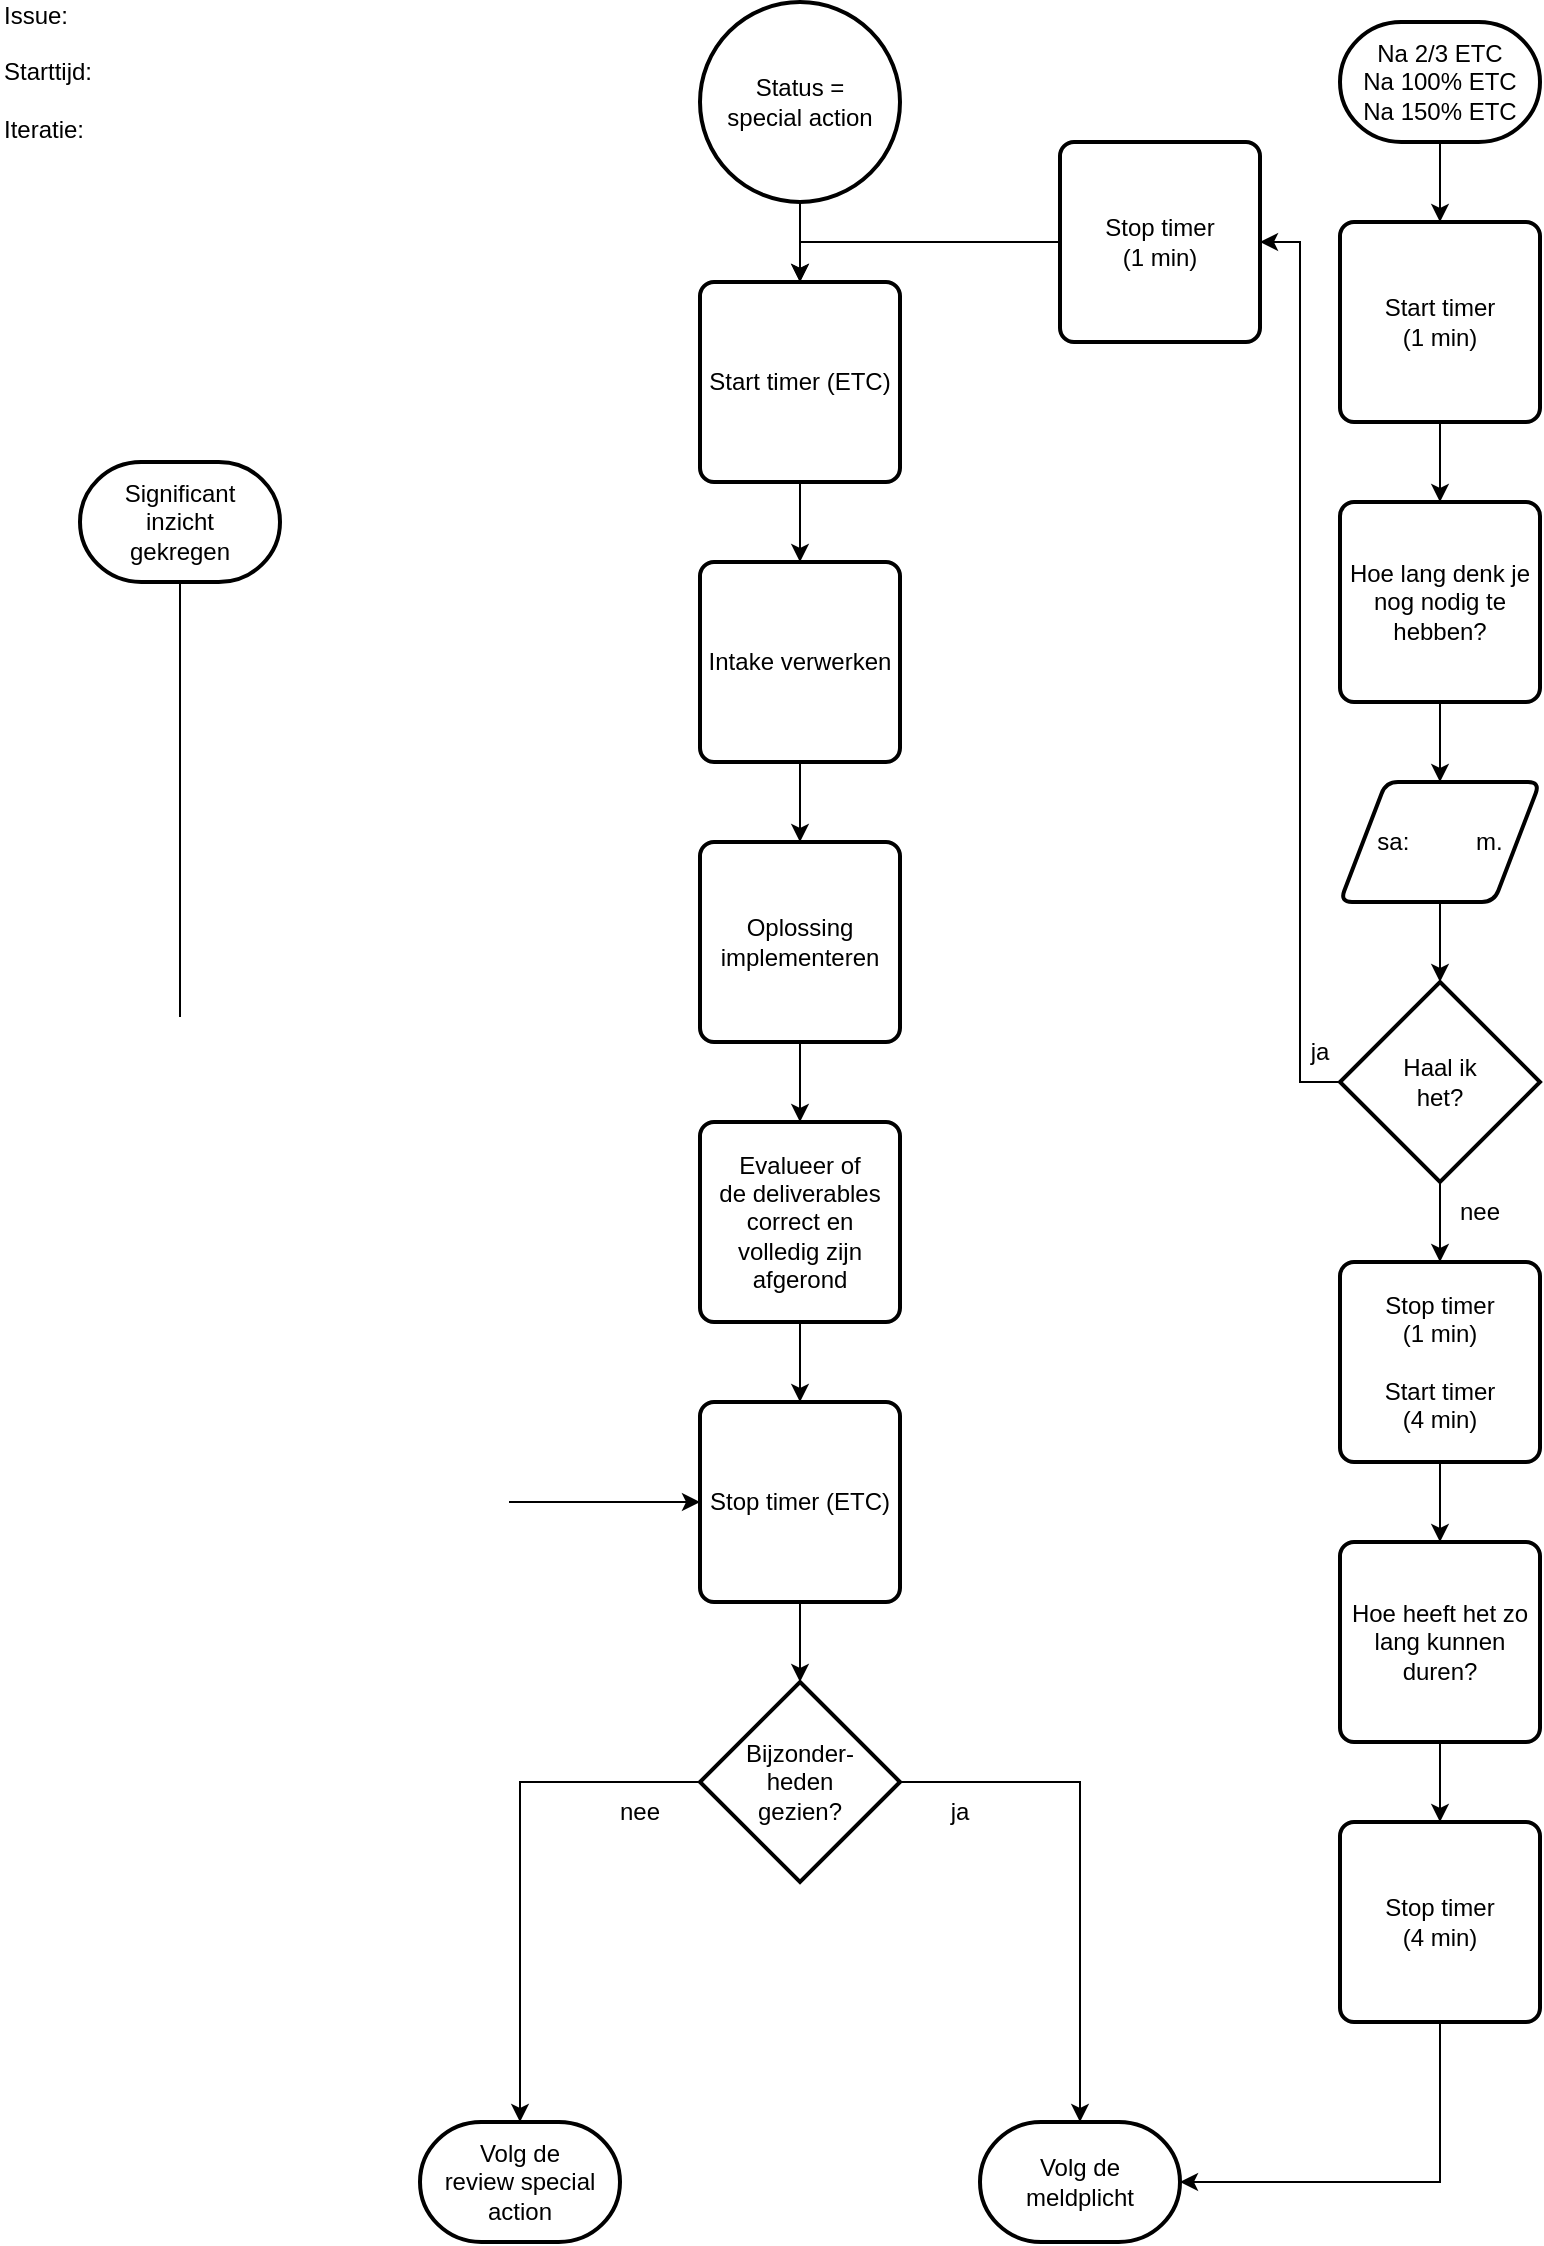
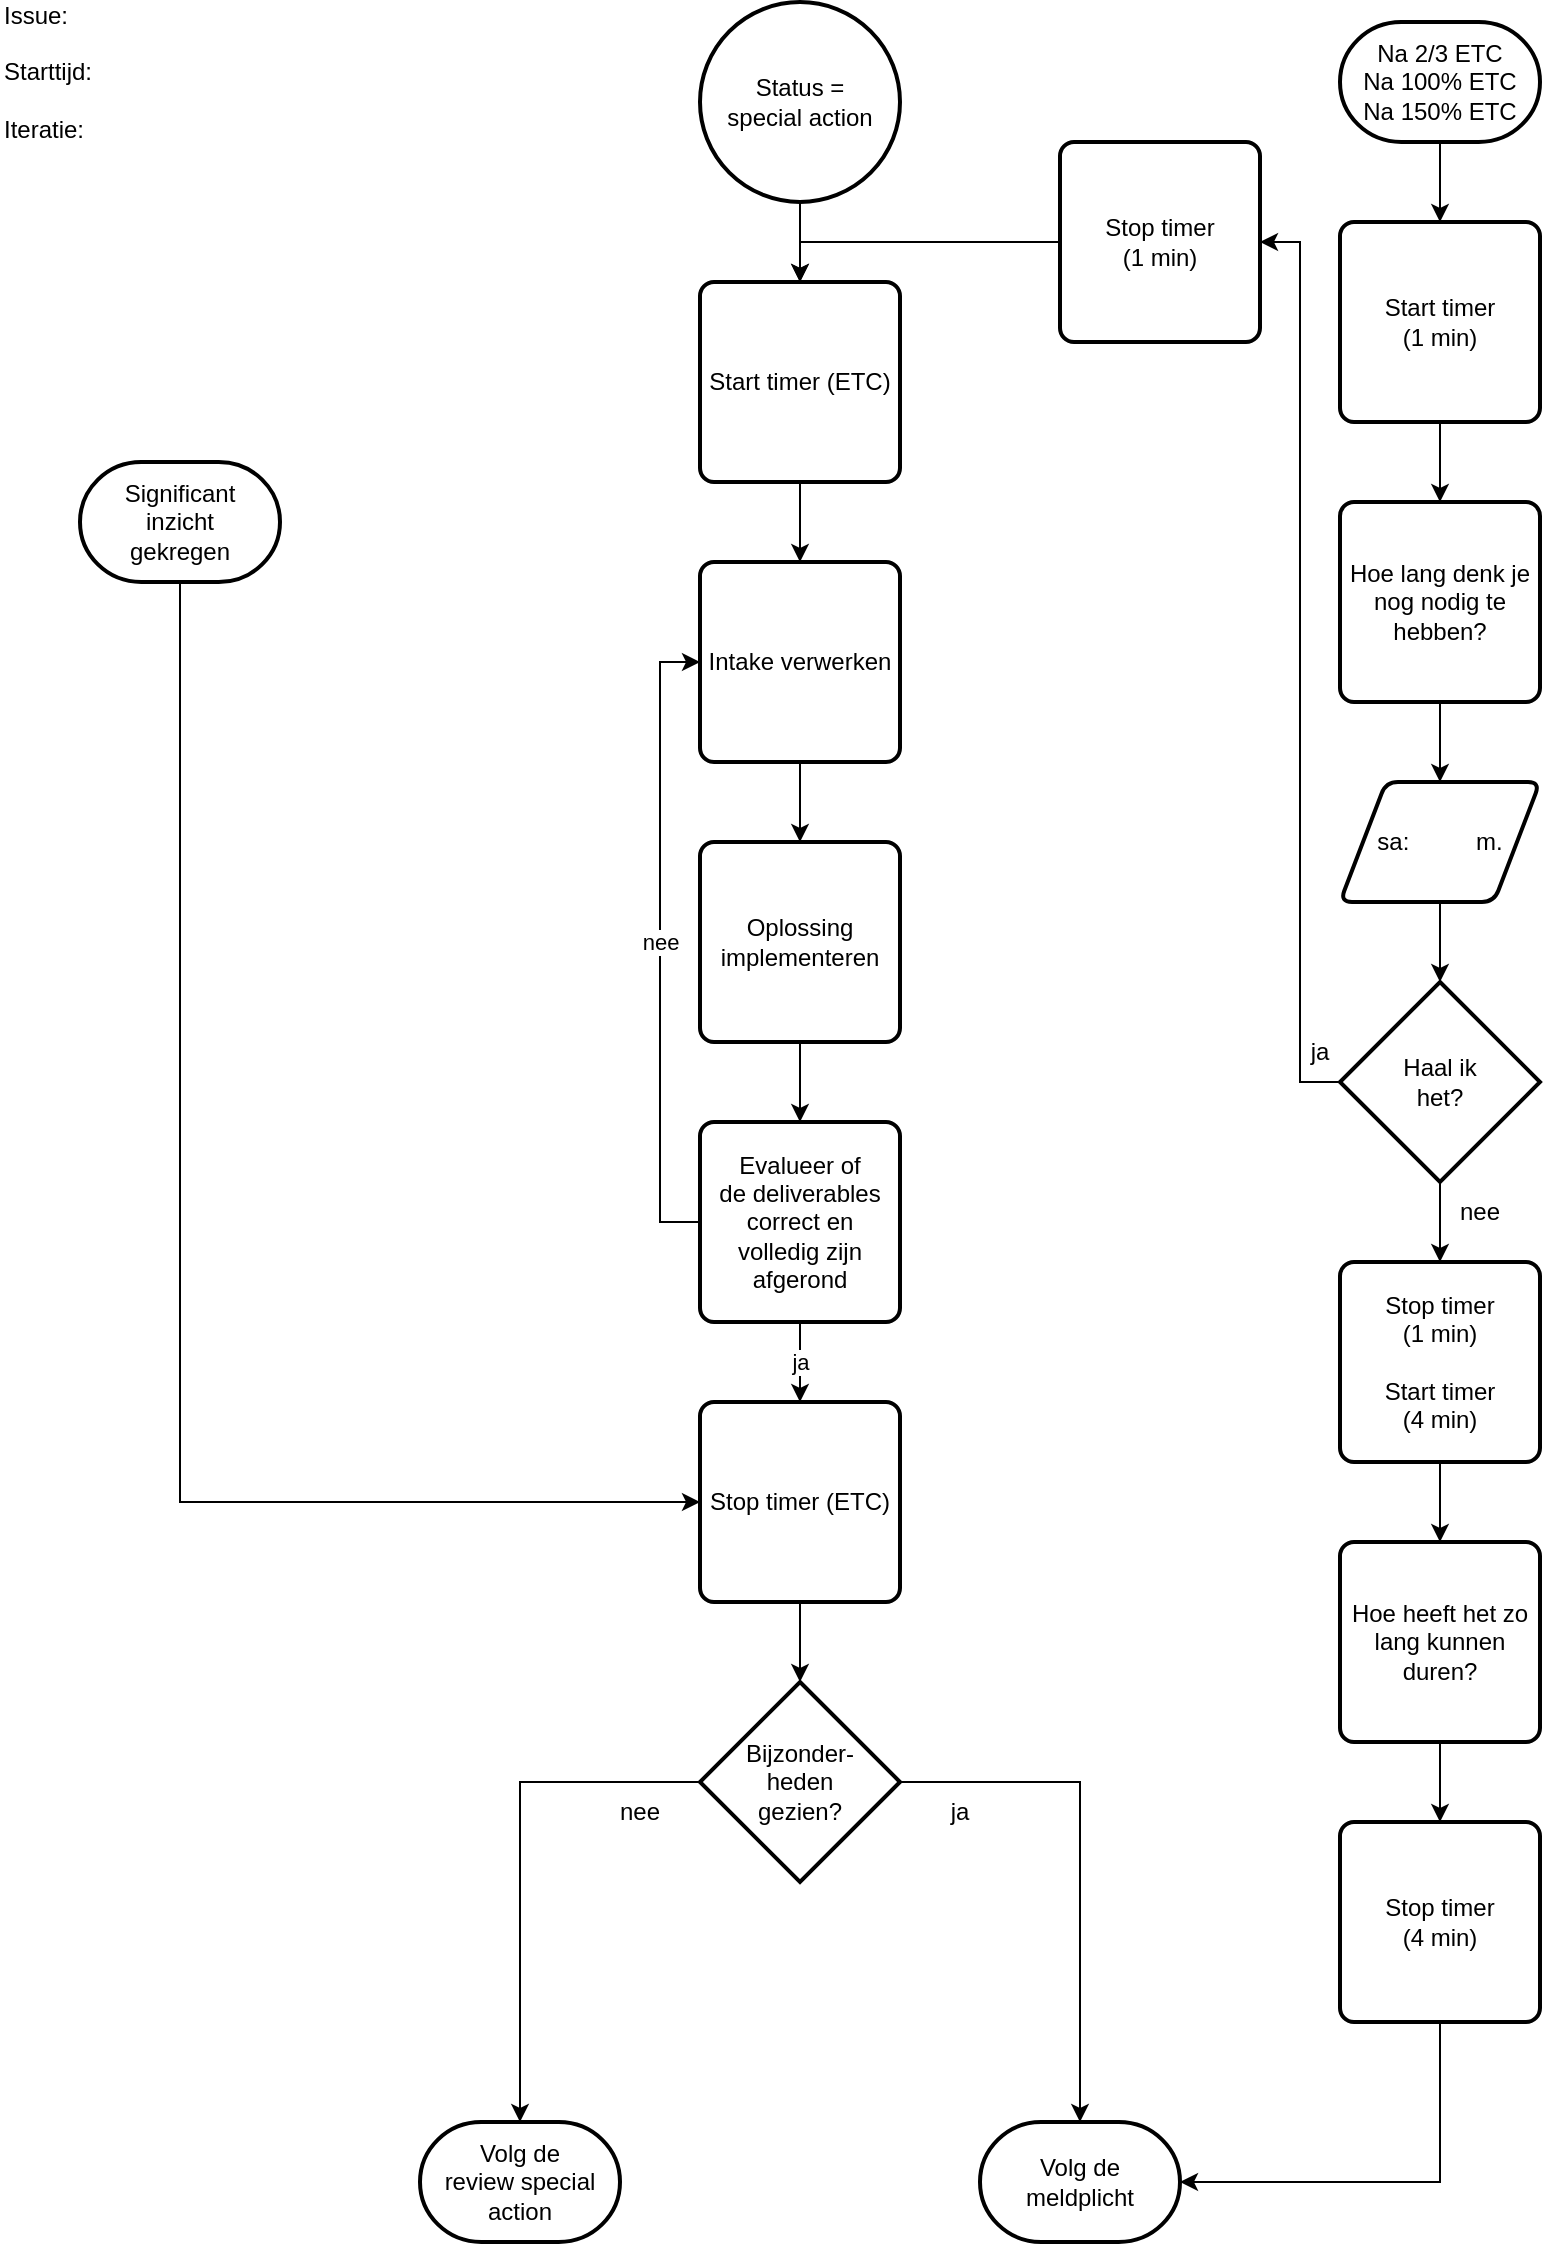
<mxfile host="Electron" agent="Mozilla/5.0 (Windows NT 10.0; Win64; x64) AppleWebKit/537.36 (KHTML, like Gecko) Chrome/144.0.0.0 Safari/537.36">
  <diagram id="07OOntIJGdpVT2ztIRAI" name="Page-1">
    <mxGraphModel dx="842" dy="1745" grid="1" gridSize="10" guides="1" tooltips="1" connect="1" arrows="1" fold="1" page="1" pageScale="1" pageWidth="827" pageHeight="1169" math="0" shadow="0">
      <root>
        <mxCell id="0" />
        <mxCell id="1" parent="0" />
        <mxCell id="XW0wcN74f80sgvNGL5Xo-1" edge="1" parent="1" source="XW0wcN74f80sgvNGL5Xo-2" style="edgeStyle=orthogonalEdgeStyle;rounded=0;orthogonalLoop=1;jettySize=auto;html=1;" target="XW0wcN74f80sgvNGL5Xo-35" value="">
          <mxGeometry relative="1" as="geometry" />
        </mxCell>
        <object label="Status =&lt;br&gt;special action" Action="1101" id="XW0wcN74f80sgvNGL5Xo-2">
          <mxCell parent="1" style="strokeWidth=2;html=1;shape=mxgraph.flowchart.start_2;whiteSpace=wrap;" vertex="1">
            <mxGeometry height="100" width="100" x="370" y="-1150" as="geometry" />
          </mxCell>
        </object>
-         <mxCell id="XW0wcN74f80sgvNGL5Xo-3" edge="1" parent="1" source="XW0wcN74f80sgvNGL5Xo-4" style="edgeStyle=orthogonalEdgeStyle;rounded=0;orthogonalLoop=1;jettySize=auto;html=1;" target="XW0wcN74f80sgvNGL5Xo-37" value="">
+         <mxCell id="XW0wcN74f80sgvNGL5Xo-3" edge="1" parent="1" source="XW0wcN74f80sgvNGL5Xo-4" style="edgeStyle=orthogonalEdgeStyle;rounded=0;orthogonalLoop=1;jettySize=auto;html=1;" target="XW0wcN74f80sgvNGL5Xo-37" value="ja">
+           <mxGeometry relative="1" as="geometry" />
+         </mxCell>
+         <mxCell id="XW0wcN74f80sgvNGL5Xo-4_nee" edge="1" parent="1" source="XW0wcN74f80sgvNGL5Xo-4" style="edgeStyle=orthogonalEdgeStyle;rounded=0;orthogonalLoop=1;jettySize=auto;html=1;exitX=0;exitY=0.5;exitDx=0;exitDy=0;entryX=0;entryY=0.5;entryDx=0;entryDy=0;" target="XW0wcN74f80sgvNGL5Xo-28" value="nee">
          <mxGeometry relative="1" as="geometry" />
        </mxCell>
        <object label="Evalueer of&lt;br&gt;de deliverables&lt;br&gt;correct en&lt;br&gt;volledig zijn&lt;br&gt;afgerond" Action="1105" id="XW0wcN74f80sgvNGL5Xo-4">
          <mxCell parent="1" style="rounded=1;whiteSpace=wrap;html=1;absoluteArcSize=1;arcSize=14;strokeWidth=2;" vertex="1">
            <mxGeometry height="100" width="100" x="370" y="-590" as="geometry" />
          </mxCell>
        </object>
        <object label="Volg de&lt;br&gt;review special action" Action="1107F" id="XW0wcN74f80sgvNGL5Xo-5">
          <mxCell parent="1" style="strokeWidth=2;html=1;shape=mxgraph.flowchart.terminator;whiteSpace=wrap;" vertex="1">
            <mxGeometry height="60" width="100" x="230" y="-90" as="geometry" />
          </mxCell>
        </object>
        <mxCell id="XW0wcN74f80sgvNGL5Xo-6" edge="1" parent="1" source="XW0wcN74f80sgvNGL5Xo-7" style="edgeStyle=orthogonalEdgeStyle;rounded=0;orthogonalLoop=1;jettySize=auto;html=1;exitX=0.5;exitY=1;exitDx=0;exitDy=0;exitPerimeter=0;entryX=0;entryY=0.5;entryDx=0;entryDy=0;" target="XW0wcN74f80sgvNGL5Xo-37">
          <mxGeometry relative="1" as="geometry" />
        </mxCell>
        <object label="Significant&lt;br&gt;inzicht&lt;br&gt;gekregen" Action="1115" id="XW0wcN74f80sgvNGL5Xo-7">
          <mxCell parent="1" style="strokeWidth=2;html=1;shape=mxgraph.flowchart.terminator;whiteSpace=wrap;" vertex="1">
            <mxGeometry height="60" width="100" x="60" y="-920" as="geometry" />
          </mxCell>
        </object>
        <mxCell id="XW0wcN74f80sgvNGL5Xo-8" edge="1" parent="1" source="XW0wcN74f80sgvNGL5Xo-9" style="edgeStyle=orthogonalEdgeStyle;rounded=0;orthogonalLoop=1;jettySize=auto;html=1;" target="XW0wcN74f80sgvNGL5Xo-11" value="">
          <mxGeometry relative="1" as="geometry" />
        </mxCell>
        <object label="Na 2/3 ETC&lt;br&gt;Na 100% ETC&lt;br&gt;Na 150% ETC" Action="1108" id="XW0wcN74f80sgvNGL5Xo-9">
          <mxCell parent="1" style="strokeWidth=2;html=1;shape=mxgraph.flowchart.terminator;whiteSpace=wrap;" vertex="1">
            <mxGeometry height="60" width="100" x="690" y="-1140" as="geometry" />
          </mxCell>
        </object>
        <mxCell id="XW0wcN74f80sgvNGL5Xo-10" edge="1" parent="1" source="XW0wcN74f80sgvNGL5Xo-11" style="edgeStyle=orthogonalEdgeStyle;rounded=0;orthogonalLoop=1;jettySize=auto;html=1;" target="XW0wcN74f80sgvNGL5Xo-13" value="">
          <mxGeometry relative="1" as="geometry" />
        </mxCell>
        <object label="Start timer&lt;br&gt;(1 min)" Action="1109" id="XW0wcN74f80sgvNGL5Xo-11">
          <mxCell parent="1" style="rounded=1;whiteSpace=wrap;html=1;absoluteArcSize=1;arcSize=14;strokeWidth=2;" vertex="1">
            <mxGeometry height="100" width="100" x="690" y="-1040" as="geometry" />
          </mxCell>
        </object>
        <mxCell id="XW0wcN74f80sgvNGL5Xo-12" edge="1" parent="1" source="XW0wcN74f80sgvNGL5Xo-13" style="edgeStyle=orthogonalEdgeStyle;rounded=0;orthogonalLoop=1;jettySize=auto;html=1;" target="XW0wcN74f80sgvNGL5Xo-30" value="">
          <mxGeometry relative="1" as="geometry" />
        </mxCell>
        <object label="Hoe lang denk je nog nodig te hebben?" Action="1110" id="XW0wcN74f80sgvNGL5Xo-13">
          <mxCell parent="1" style="rounded=1;whiteSpace=wrap;html=1;absoluteArcSize=1;arcSize=14;strokeWidth=2;" vertex="1">
            <mxGeometry height="100" width="100" x="690" y="-900" as="geometry" />
          </mxCell>
        </object>
        <mxCell id="XW0wcN74f80sgvNGL5Xo-14" edge="1" parent="1" source="XW0wcN74f80sgvNGL5Xo-16" style="edgeStyle=orthogonalEdgeStyle;rounded=0;orthogonalLoop=1;jettySize=auto;html=1;exitX=0;exitY=0.5;exitDx=0;exitDy=0;exitPerimeter=0;entryX=1;entryY=0.5;entryDx=0;entryDy=0;" target="XW0wcN74f80sgvNGL5Xo-18">
          <mxGeometry relative="1" as="geometry" />
        </mxCell>
        <mxCell id="XW0wcN74f80sgvNGL5Xo-15" edge="1" parent="1" source="XW0wcN74f80sgvNGL5Xo-16" style="edgeStyle=orthogonalEdgeStyle;rounded=0;orthogonalLoop=1;jettySize=auto;html=1;exitX=0.5;exitY=1;exitDx=0;exitDy=0;exitPerimeter=0;entryX=0.5;entryY=0;entryDx=0;entryDy=0;" target="XW0wcN74f80sgvNGL5Xo-22">
          <mxGeometry relative="1" as="geometry" />
        </mxCell>
        <object label="Haal ik&lt;br&gt;het?" Action="1112" id="XW0wcN74f80sgvNGL5Xo-16">
          <mxCell parent="1" style="strokeWidth=2;html=1;shape=mxgraph.flowchart.decision;whiteSpace=wrap;" vertex="1">
            <mxGeometry height="100" width="100" x="690" y="-660" as="geometry" />
          </mxCell>
        </object>
        <mxCell id="XW0wcN74f80sgvNGL5Xo-17" edge="1" parent="1" source="XW0wcN74f80sgvNGL5Xo-18" style="edgeStyle=orthogonalEdgeStyle;rounded=0;orthogonalLoop=1;jettySize=auto;html=1;exitX=0;exitY=0.5;exitDx=0;exitDy=0;entryX=0.5;entryY=0;entryDx=0;entryDy=0;" target="XW0wcN74f80sgvNGL5Xo-35">
          <mxGeometry relative="1" as="geometry" />
        </mxCell>
        <object label="Stop timer&lt;br&gt;(1 min)" Action="1112T" id="XW0wcN74f80sgvNGL5Xo-18">
          <mxCell parent="1" style="rounded=1;whiteSpace=wrap;html=1;absoluteArcSize=1;arcSize=14;strokeWidth=2;" vertex="1">
            <mxGeometry height="100" width="100" x="550" y="-1080" as="geometry" />
          </mxCell>
        </object>
        <mxCell id="XW0wcN74f80sgvNGL5Xo-19" parent="1" style="text;html=1;whiteSpace=wrap;strokeColor=none;fillColor=none;align=center;verticalAlign=middle;rounded=0;" value="ja" vertex="1">
          <mxGeometry height="30" width="60" x="650" y="-640" as="geometry" />
        </mxCell>
        <mxCell id="XW0wcN74f80sgvNGL5Xo-20" parent="1" style="text;html=1;whiteSpace=wrap;strokeColor=none;fillColor=none;align=center;verticalAlign=middle;rounded=0;" value="nee" vertex="1">
          <mxGeometry height="30" width="60" x="730" y="-560" as="geometry" />
        </mxCell>
        <mxCell id="XW0wcN74f80sgvNGL5Xo-21" edge="1" parent="1" source="XW0wcN74f80sgvNGL5Xo-22" style="edgeStyle=orthogonalEdgeStyle;rounded=0;orthogonalLoop=1;jettySize=auto;html=1;" target="XW0wcN74f80sgvNGL5Xo-24" value="">
          <mxGeometry relative="1" as="geometry" />
        </mxCell>
        <object label="Stop timer&lt;br&gt;(1 min)&lt;br&gt;&lt;br&gt;Start timer&lt;br&gt;(4 min)" Action="1112F" id="XW0wcN74f80sgvNGL5Xo-22">
          <mxCell parent="1" style="rounded=1;whiteSpace=wrap;html=1;absoluteArcSize=1;arcSize=14;strokeWidth=2;" vertex="1">
            <mxGeometry height="100" width="100" x="690" y="-520" as="geometry" />
          </mxCell>
        </object>
        <mxCell id="XW0wcN74f80sgvNGL5Xo-23" edge="1" parent="1" source="XW0wcN74f80sgvNGL5Xo-24" style="edgeStyle=orthogonalEdgeStyle;rounded=0;orthogonalLoop=1;jettySize=auto;html=1;" target="XW0wcN74f80sgvNGL5Xo-32" value="">
          <mxGeometry relative="1" as="geometry" />
        </mxCell>
        <object label="Hoe heeft het zo lang kunnen duren?" Action="1113" id="XW0wcN74f80sgvNGL5Xo-24">
          <mxCell parent="1" style="rounded=1;whiteSpace=wrap;html=1;absoluteArcSize=1;arcSize=14;strokeWidth=2;" vertex="1">
            <mxGeometry height="100" width="100" x="690" y="-380" as="geometry" />
          </mxCell>
        </object>
        <mxCell id="XW0wcN74f80sgvNGL5Xo-25" edge="1" parent="1" source="XW0wcN74f80sgvNGL5Xo-26" style="edgeStyle=orthogonalEdgeStyle;rounded=0;orthogonalLoop=1;jettySize=auto;html=1;exitX=0.5;exitY=1;exitDx=0;exitDy=0;entryX=0.5;entryY=0;entryDx=0;entryDy=0;" target="XW0wcN74f80sgvNGL5Xo-4">
          <mxGeometry relative="1" as="geometry" />
        </mxCell>
        <object label="Oplossing implementeren" Action="1104" id="XW0wcN74f80sgvNGL5Xo-26">
          <mxCell parent="1" style="rounded=1;whiteSpace=wrap;html=1;absoluteArcSize=1;arcSize=14;strokeWidth=2;" vertex="1">
            <mxGeometry height="100" width="100" x="370" y="-730" as="geometry" />
          </mxCell>
        </object>
        <mxCell id="XW0wcN74f80sgvNGL5Xo-27" edge="1" parent="1" source="XW0wcN74f80sgvNGL5Xo-28" style="edgeStyle=orthogonalEdgeStyle;rounded=0;orthogonalLoop=1;jettySize=auto;html=1;exitX=0.5;exitY=1;exitDx=0;exitDy=0;entryX=0.5;entryY=0;entryDx=0;entryDy=0;" target="XW0wcN74f80sgvNGL5Xo-26">
          <mxGeometry relative="1" as="geometry" />
        </mxCell>
        <object label="Intake verwerken" Action="1103" id="XW0wcN74f80sgvNGL5Xo-28">
          <mxCell parent="1" style="rounded=1;whiteSpace=wrap;html=1;absoluteArcSize=1;arcSize=14;strokeWidth=2;" vertex="1">
            <mxGeometry height="100" width="100" x="370" y="-870" as="geometry" />
          </mxCell>
        </object>
        <mxCell id="XW0wcN74f80sgvNGL5Xo-29" parent="1" style="text;html=1;align=left;verticalAlign=middle;whiteSpace=wrap;rounded=0;" value="Issue:&amp;nbsp; &amp;nbsp;&lt;br&gt;&lt;br&gt;Starttijd:&lt;br&gt;&lt;br&gt;Iteratie:&amp;nbsp;" vertex="1">
          <mxGeometry height="30" width="60" x="20" y="-1130" as="geometry" />
        </mxCell>
        <object label="sa:&amp;nbsp; &amp;nbsp; &amp;nbsp; &amp;nbsp; &amp;nbsp; m." Action="1111" id="XW0wcN74f80sgvNGL5Xo-30">
          <mxCell parent="1" style="shape=parallelogram;html=1;strokeWidth=2;perimeter=parallelogramPerimeter;whiteSpace=wrap;rounded=1;arcSize=12;size=0.23;" vertex="1">
            <mxGeometry height="60" width="100" x="690" y="-760" as="geometry" />
          </mxCell>
        </object>
        <mxCell id="XW0wcN74f80sgvNGL5Xo-31" edge="1" parent="1" source="XW0wcN74f80sgvNGL5Xo-30" style="edgeStyle=orthogonalEdgeStyle;rounded=0;orthogonalLoop=1;jettySize=auto;html=1;exitX=0.5;exitY=1;exitDx=0;exitDy=0;entryX=0.5;entryY=0;entryDx=0;entryDy=0;entryPerimeter=0;" target="XW0wcN74f80sgvNGL5Xo-16">
          <mxGeometry relative="1" as="geometry" />
        </mxCell>
        <object label="Stop timer&lt;br&gt;(4 min)" Action="1114" id="XW0wcN74f80sgvNGL5Xo-32">
          <mxCell parent="1" style="rounded=1;whiteSpace=wrap;html=1;absoluteArcSize=1;arcSize=14;strokeWidth=2;" vertex="1">
            <mxGeometry height="100" width="100" x="690" y="-240" as="geometry" />
          </mxCell>
        </object>
        <mxCell id="XW0wcN74f80sgvNGL5Xo-34" edge="1" parent="1" source="XW0wcN74f80sgvNGL5Xo-35" style="edgeStyle=orthogonalEdgeStyle;rounded=0;orthogonalLoop=1;jettySize=auto;html=1;" target="XW0wcN74f80sgvNGL5Xo-28" value="">
          <mxGeometry relative="1" as="geometry" />
        </mxCell>
        <object label="&lt;font&gt;Start timer (ETC)&lt;/font&gt;" Action="1102" id="XW0wcN74f80sgvNGL5Xo-35">
          <mxCell parent="1" style="rounded=1;whiteSpace=wrap;html=1;absoluteArcSize=1;arcSize=14;strokeWidth=2;" vertex="1">
            <mxGeometry height="100" width="100" x="370" y="-1010" as="geometry" />
          </mxCell>
        </object>
        <mxCell id="XW0wcN74f80sgvNGL5Xo-36" edge="1" parent="1" source="XW0wcN74f80sgvNGL5Xo-37" style="edgeStyle=orthogonalEdgeStyle;rounded=0;orthogonalLoop=1;jettySize=auto;html=1;" target="XW0wcN74f80sgvNGL5Xo-39" value="">
          <mxGeometry relative="1" as="geometry" />
        </mxCell>
        <object label="Stop timer (ETC)" Action="1106" id="XW0wcN74f80sgvNGL5Xo-37">
          <mxCell parent="1" style="rounded=1;whiteSpace=wrap;html=1;absoluteArcSize=1;arcSize=14;strokeWidth=2;" vertex="1">
            <mxGeometry height="100" width="100" x="370" y="-450" as="geometry" />
          </mxCell>
        </object>
        <object label="Volg de&lt;br&gt;meldplicht" Action="1107T" id="XW0wcN74f80sgvNGL5Xo-38">
          <mxCell parent="1" style="strokeWidth=2;html=1;shape=mxgraph.flowchart.terminator;whiteSpace=wrap;" vertex="1">
            <mxGeometry height="60" width="100" x="510" y="-90" as="geometry" />
          </mxCell>
        </object>
        <object label="Bijzonder-&lt;br&gt;heden&lt;br&gt;gezien?" Action="1107" id="XW0wcN74f80sgvNGL5Xo-39">
          <mxCell parent="1" style="strokeWidth=2;html=1;shape=mxgraph.flowchart.decision;whiteSpace=wrap;" vertex="1">
            <mxGeometry height="100" width="100" x="370" y="-310" as="geometry" />
          </mxCell>
        </object>
        <mxCell id="XW0wcN74f80sgvNGL5Xo-40" parent="1" style="text;html=1;whiteSpace=wrap;strokeColor=none;fillColor=none;align=center;verticalAlign=middle;rounded=0;" value="nee" vertex="1">
          <mxGeometry height="30" width="60" x="310" y="-260" as="geometry" />
        </mxCell>
        <mxCell id="XW0wcN74f80sgvNGL5Xo-41" parent="1" style="text;html=1;whiteSpace=wrap;strokeColor=none;fillColor=none;align=center;verticalAlign=middle;rounded=0;" value="ja" vertex="1">
          <mxGeometry height="30" width="60" x="470" y="-260" as="geometry" />
        </mxCell>
        <mxCell id="XW0wcN74f80sgvNGL5Xo-42" edge="1" parent="1" source="XW0wcN74f80sgvNGL5Xo-32" style="edgeStyle=orthogonalEdgeStyle;rounded=0;orthogonalLoop=1;jettySize=auto;html=1;exitX=0.5;exitY=1;exitDx=0;exitDy=0;entryX=1;entryY=0.5;entryDx=0;entryDy=0;entryPerimeter=0;" target="XW0wcN74f80sgvNGL5Xo-38">
          <mxGeometry relative="1" as="geometry" />
        </mxCell>
        <mxCell id="XW0wcN74f80sgvNGL5Xo-43" edge="1" parent="1" source="XW0wcN74f80sgvNGL5Xo-39" style="edgeStyle=orthogonalEdgeStyle;rounded=0;orthogonalLoop=1;jettySize=auto;html=1;exitX=1;exitY=0.5;exitDx=0;exitDy=0;exitPerimeter=0;entryX=0.5;entryY=0;entryDx=0;entryDy=0;entryPerimeter=0;" target="XW0wcN74f80sgvNGL5Xo-38">
          <mxGeometry relative="1" as="geometry" />
        </mxCell>
        <mxCell id="XW0wcN74f80sgvNGL5Xo-44" edge="1" parent="1" source="XW0wcN74f80sgvNGL5Xo-39" style="edgeStyle=orthogonalEdgeStyle;rounded=0;orthogonalLoop=1;jettySize=auto;html=1;exitX=0;exitY=0.5;exitDx=0;exitDy=0;exitPerimeter=0;entryX=0.5;entryY=0;entryDx=0;entryDy=0;entryPerimeter=0;" target="XW0wcN74f80sgvNGL5Xo-5">
          <mxGeometry relative="1" as="geometry" />
        </mxCell>
      </root>
    </mxGraphModel>
  </diagram>
</mxfile>
